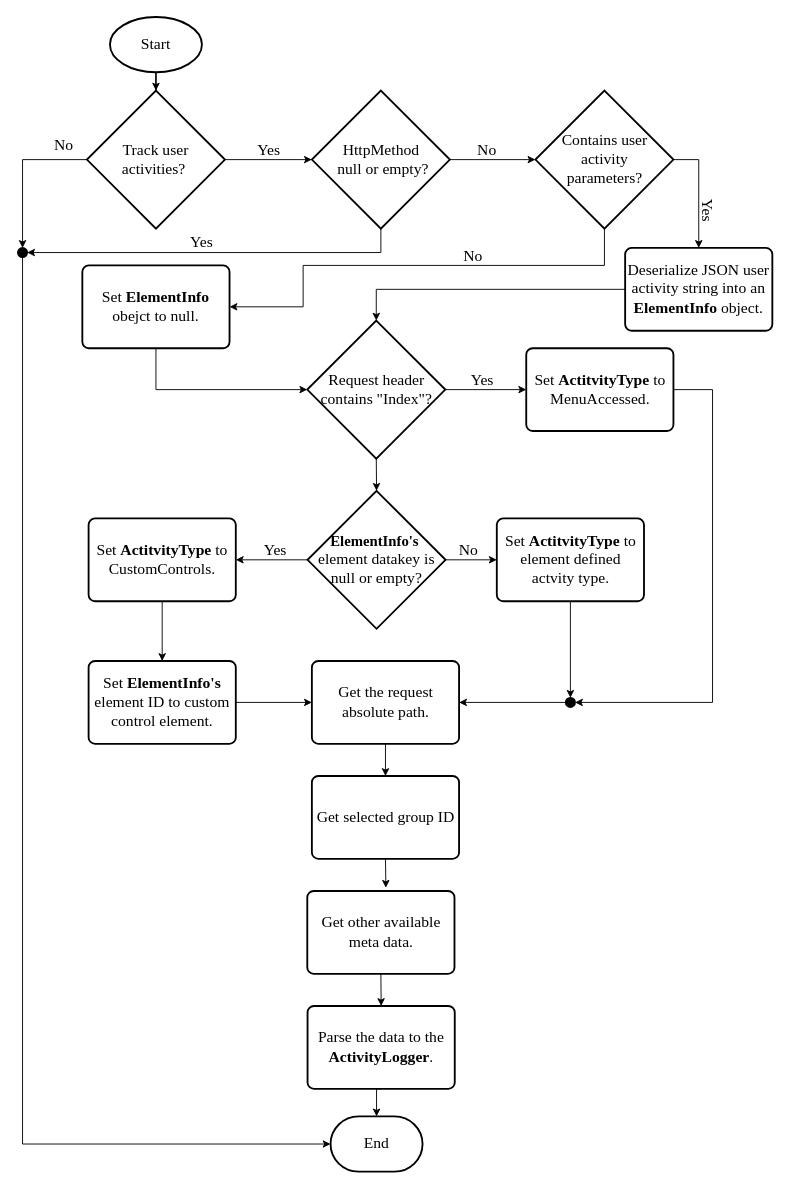
CorrieScheepers/Masters keeps this draw.io diagram as img/Chapter2/SystemB_FilterContext/SystemB_FilterContext.drawio. Above is the earlier version. Source tidied: cells renumbered, new cells numbered last; positions are measured from the earlier drawing's top-left corner, leaving out a move shared by most shapes. Both pictures are drawn from the tidied source at 92%, with x=0, y=0 at pixel (17, 17).
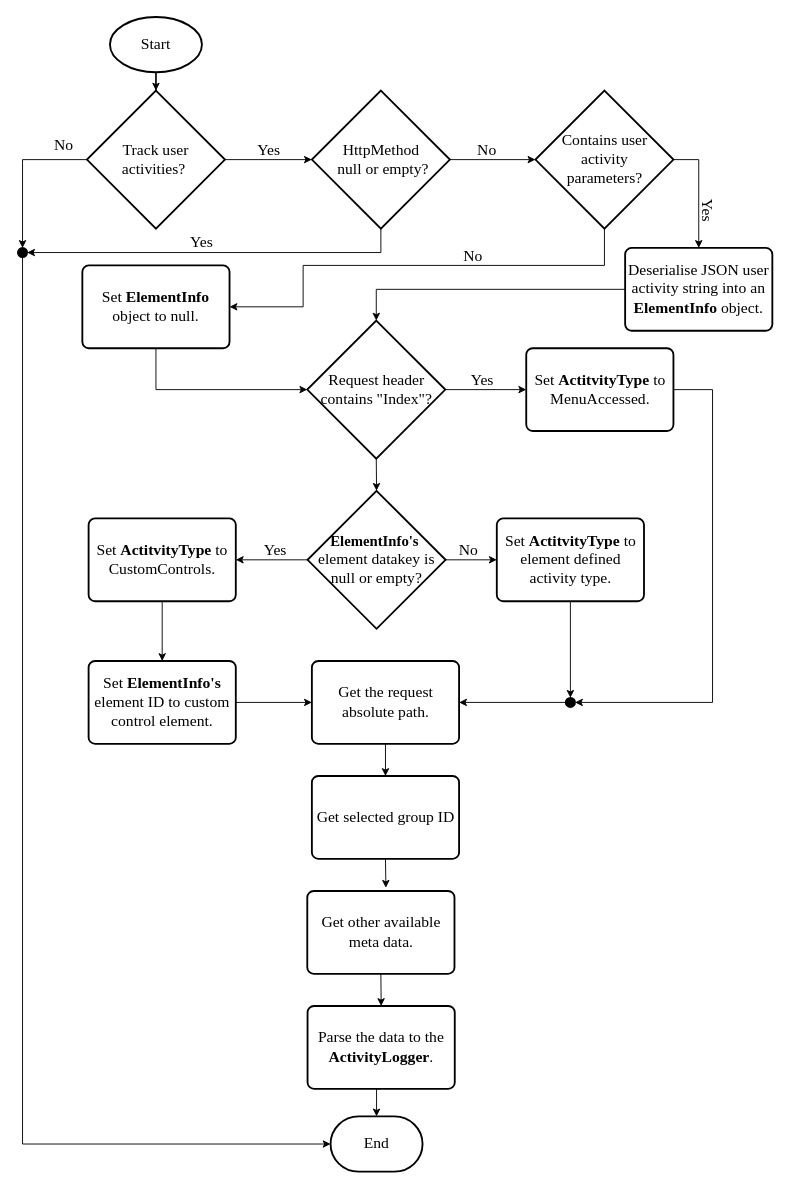
The same page after the edit.

Change to the diagram source:
```diff
@@
-    <mxCell id="8" value="Set &lt;b&gt;ElementInfo &lt;/b&gt;obejct to null." style="rounded=1;whiteSpace=wrap;html=1;absoluteArcSize=1;arcSize=14;strokeWidth=2;fontFamily=Times New Roman;fillColor=none;fontSize=17;" parent="1" vertex="1">
+    <mxCell id="8" value="Set &lt;b&gt;ElementInfo &lt;/b&gt;object to null." style="rounded=1;whiteSpace=wrap;html=1;absoluteArcSize=1;arcSize=14;strokeWidth=2;fontFamily=Times New Roman;fillColor=none;fontSize=17;" parent="1" vertex="1">
       <mxGeometry x="70" y="270" width="160" height="90" as="geometry" />
     </mxCell>
@@
-    <mxCell id="15" value="Deserialize JSON user activity string into an &lt;b&gt;ElementInfo &lt;/b&gt;object." style="rounded=1;whiteSpace=wrap;html=1;absoluteArcSize=1;arcSize=14;strokeWidth=2;fontFamily=Times New Roman;fillColor=none;fontSize=17;" parent="1" vertex="1">
+    <mxCell id="15" value="Deserialise JSON user activity string into an &lt;b&gt;ElementInfo &lt;/b&gt;object." style="rounded=1;whiteSpace=wrap;html=1;absoluteArcSize=1;arcSize=14;strokeWidth=2;fontFamily=Times New Roman;fillColor=none;fontSize=17;" parent="1" vertex="1">
       <mxGeometry x="660" y="251" width="160" height="90" as="geometry" />
     </mxCell>
@@
-    <mxCell id="36" value="Set&amp;nbsp;&lt;b&gt;ActitvityType&amp;nbsp;&lt;/b&gt;to element defined actvity type." style="rounded=1;whiteSpace=wrap;html=1;absoluteArcSize=1;arcSize=14;strokeWidth=2;fontFamily=Times New Roman;fillColor=none;fontSize=17;" parent="1" vertex="1">
+    <mxCell id="36" value="Set&amp;nbsp;&lt;b&gt;ActitvityType&amp;nbsp;&lt;/b&gt;to element defined activity type." style="rounded=1;whiteSpace=wrap;html=1;absoluteArcSize=1;arcSize=14;strokeWidth=2;fontFamily=Times New Roman;fillColor=none;fontSize=17;" parent="1" vertex="1">
       <mxGeometry x="520.5" y="545" width="160" height="90" as="geometry" />
     </mxCell>
```
